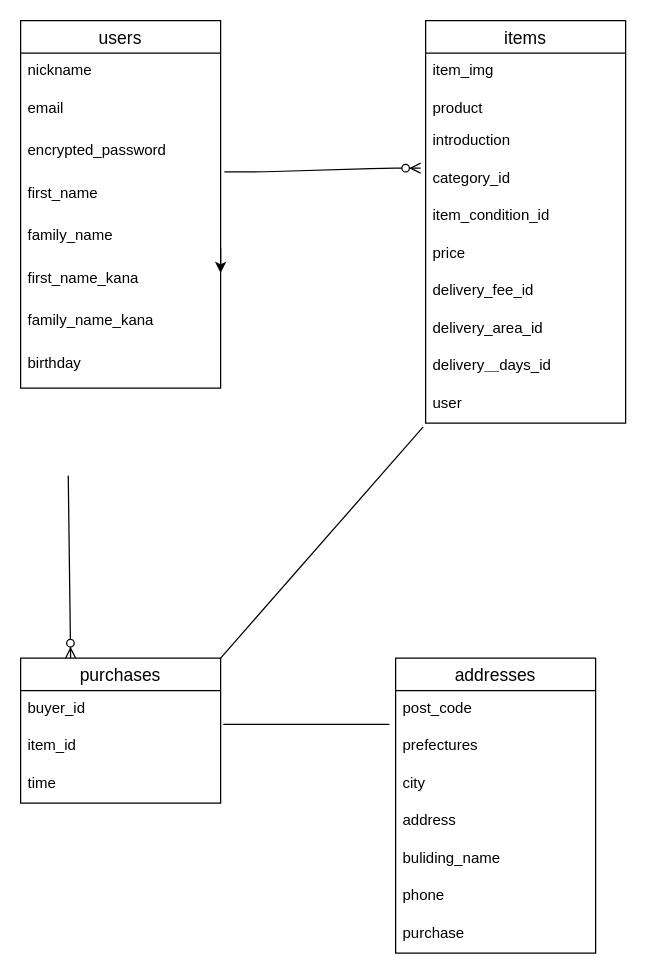
hiroto0308/furima-31075 keeps this draw.io diagram as test.dio. Above is the earlier version. Source tidied: cells renumbered, new cells numbered last; positions are measured from the earlier drawing's top-left corner, leaving out a move shared by most shapes. Both pictures are drawn from the tidied source at 125%, with x=0, y=0 at pixel (20, 20).
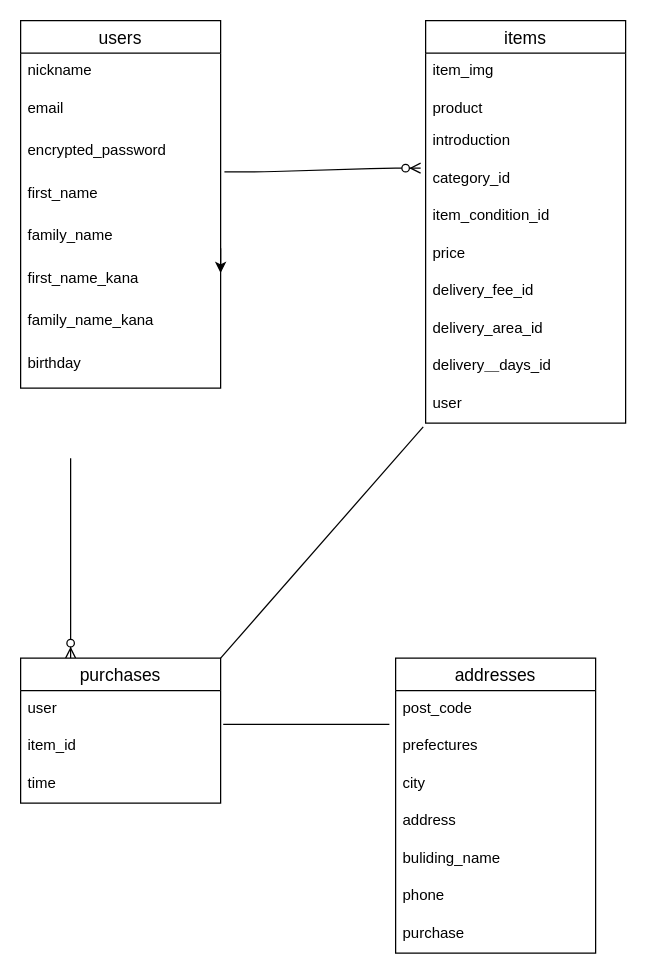
After the change.

Commit message:
テーブル設計(修正２）

Unchanged cells that the change refers to:
```xml
<mxCell id="35" value="purchases" style="swimlane;fontStyle=0;horizontal=1;startSize=26;align=center;fontSize=14;" parent="1" vertex="1">
  <mxGeometry y="510" width="160" height="116" as="geometry" />
</mxCell>
```

Change to the diagram source:
```diff
@@
-    <mxCell id="24" style="fontSize=12;html=1;endArrow=ERzeroToMany;endFill=1;entryX=0.25;entryY=0;entryDx=0;entryDy=0;exitX=0.238;exitY=1.059;exitDx=0;exitDy=0;exitPerimeter=0;" parent="1" edge="1" target="35">
+    <mxCell id="24" style="fontSize=12;html=1;endArrow=ERzeroToMany;endFill=1;entryX=0.25;entryY=0;entryDx=0;entryDy=0;" parent="1" edge="1" target="35">
       <mxGeometry relative="1" as="geometry">
-        <mxPoint x="38.1" y="364" as="sourcePoint" />
+        <mxPoint x="40" y="350" as="sourcePoint" />
       </mxGeometry>
     </mxCell>
@@
-    <mxCell id="36" value="buyer_id" style="text;strokeColor=none;fillColor=none;spacingLeft=4;spacingRight=4;overflow=hidden;points=[[0,0.5],[1,0.5]];portConstraint=eastwest;fontSize=12;" parent="35" vertex="1">
+    <mxCell id="36" value="user" style="text;strokeColor=none;fillColor=none;spacingLeft=4;spacingRight=4;overflow=hidden;points=[[0,0.5],[1,0.5]];portConstraint=eastwest;fontSize=12;" parent="35" vertex="1">
       <mxGeometry y="26" width="160" height="30" as="geometry" />
     </mxCell>
```
